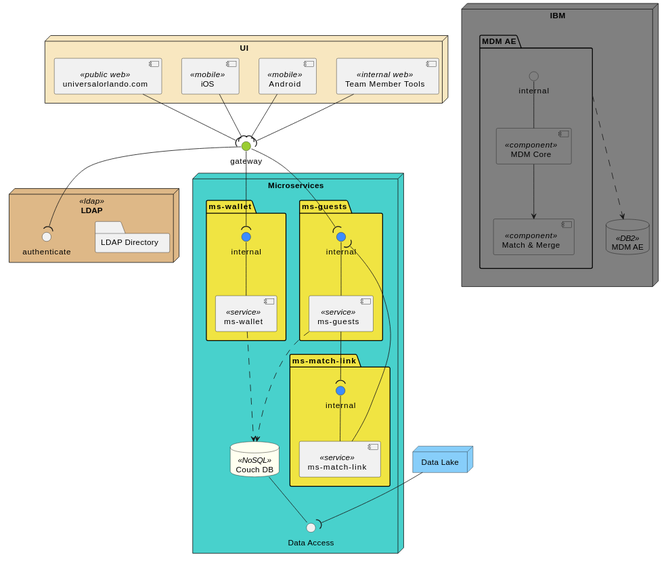
Earlier version of the PlantUML export dist/assets/diagrams/component/mdm-ae-retire.svg (kaaljabr/presentation).
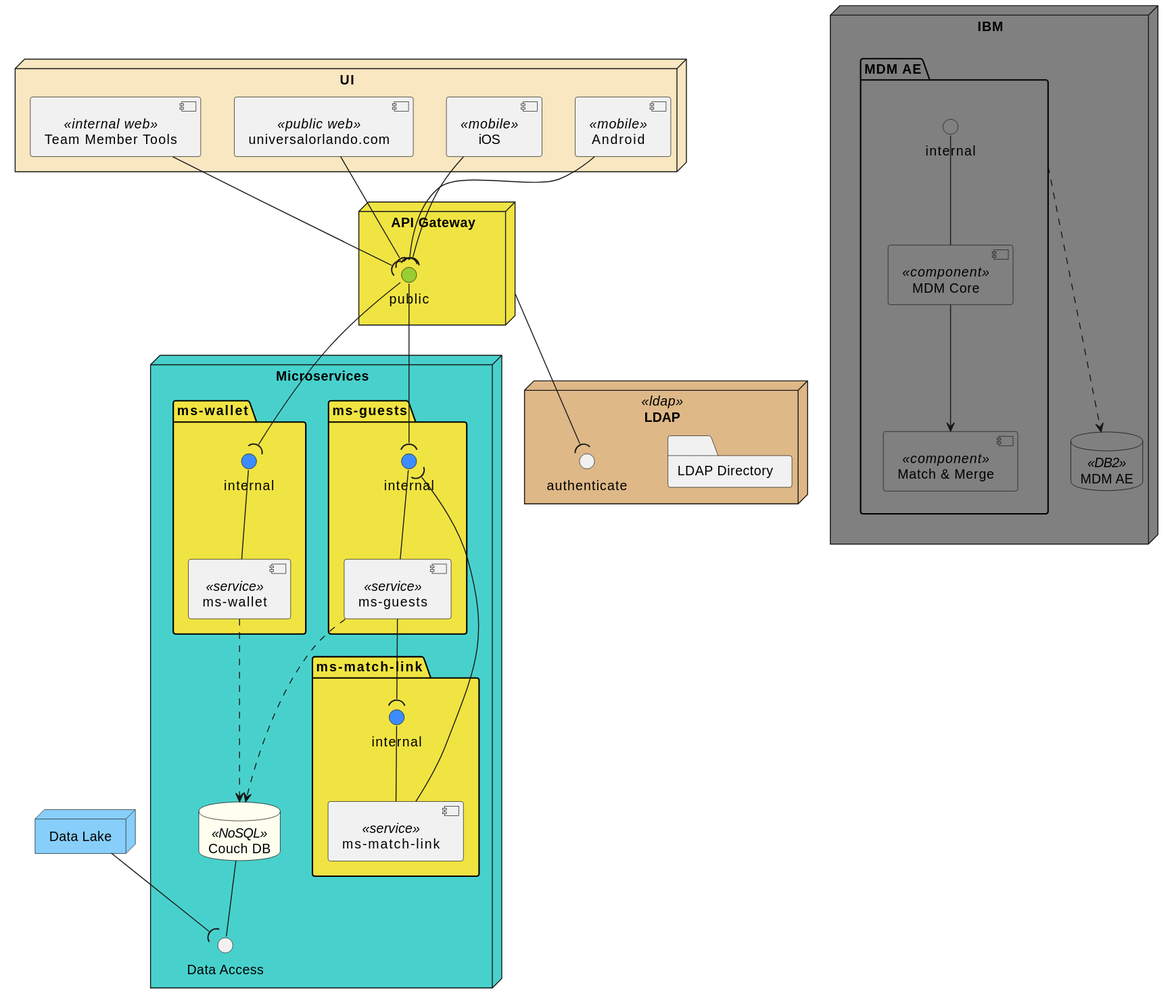
The same file after the commit.

Change to the diagram source:
```diff
@@ -9,7 +9,9 @@
     backgroundColor #F0E442
 }
 
-interface gateway #YellowGreen
+node "API Gateway" as gateway {
+    interface public #YellowGreen
+}
 
 node "UI" #Strategy {
     component "Android" as android <<mobile>>
@@ -57,8 +59,8 @@
 
 node "Data Lake" as data_lake #LightSkyBlue
 
-gateway --( guests_internal
-gateway --( wallet_internal
+public --( guests_internal
+public --( wallet_internal
 
 ms_guests --.> couch_db
 ms_wallet --.> couch_db
@@ -68,10 +70,10 @@
 ms_guests --( match_link_internal
 ms_match_link --( guests_internal
 
-android --( gateway
-ios --( gateway
-web --( gateway
-teammember -right-( gateway
+android --( public
+ios --( public
+web --( public
+teammember --( public
 
 gateway --( authenticate
 
```
